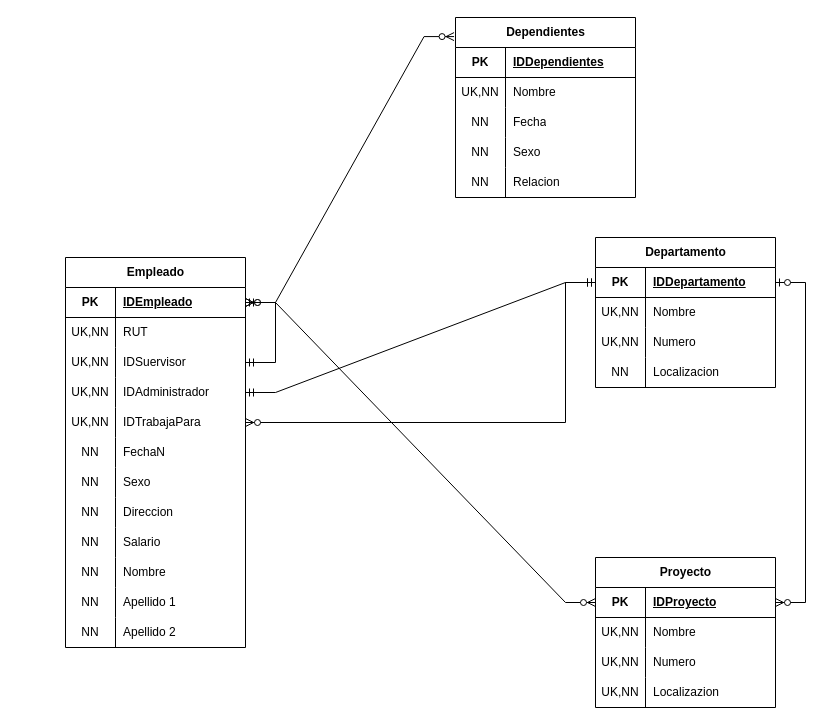
Before: Examen Progreso II.drawio in Mundrack/Base-de-datos, a draw.io diagram. Source tidied: cells renumbered, new cells numbered last; positions are measured from the earlier drawing's top-left corner, leaving out a move shared by most shapes. Both pictures are drawn from the tidied source at 100%, with x=0, y=0 at pixel (65, 17).
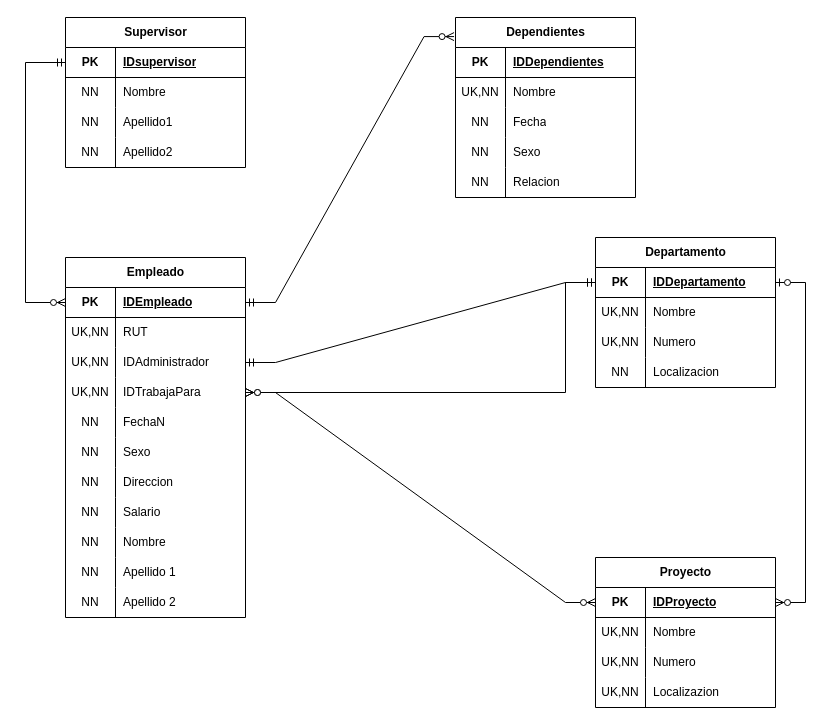
The same diagram, later.

The change refers to these unchanged cells:
```xml
<mxCell id="3" style="shape=tableRow;horizontal=0;startSize=0;swimlaneHead=0;swimlaneBody=0;fillColor=none;points=[[0,0.5],[1,0.5]];portConstraint=eastwest;top=0;left=0;right=0;bottom=1;" parent="2" vertex="1">
  <mxGeometry y="30" width="180" height="30" as="geometry" />
</mxCell>
<mxCell id="41" style="shape=tableRow;horizontal=0;startSize=0;swimlaneHead=0;swimlaneBody=0;fillColor=none;points=[[0,0.5],[1,0.5]];portConstraint=eastwest;top=0;left=0;right=0;bottom=1;" parent="40" vertex="1">
  <mxGeometry y="30" width="180" height="30" as="geometry" />
</mxCell>
<mxCell id="54" style="shape=tableRow;horizontal=0;startSize=0;swimlaneHead=0;swimlaneBody=0;fillColor=none;points=[[0,0.5],[1,0.5]];portConstraint=eastwest;top=0;left=0;right=0;bottom=1;" parent="53" vertex="1">
  <mxGeometry y="30" width="180" height="30" as="geometry" />
</mxCell>
```

The edit, as a diff of the source:
```diff
@@
     <mxCell id="2" value="Empleado" style="shape=table;startSize=30;childLayout=tableLayout;rowLines=0;fontStyle=1;align=center;html=1;" parent="1" vertex="1">
-      <mxGeometry y="240" width="180" height="390" as="geometry" />
+      <mxGeometry y="240" width="180" height="360" as="geometry" />
     </mxCell>
@@
-    <mxCell id="9" style="shape=tableRow;horizontal=0;startSize=0;swimlaneHead=0;swimlaneBody=0;fillColor=none;points=[[0,0.5],[1,0.5]];portConstraint=eastwest;top=0;left=0;right=0;bottom=0;" parent="2" vertex="1">
-      <mxGeometry y="90" width="180" height="30" as="geometry" />
-    </mxCell>
-    <mxCell id="10" value="UK,NN" style="shape=partialRectangle;fillColor=none;top=0;left=0;bottom=0;right=0;overflow=hidden;whiteSpace=wrap;html=1;" parent="9" vertex="1">
-      <mxGeometry width="50" height="30" as="geometry" />
-    </mxCell>
-    <mxCell id="11" value="IDSuervisor" style="shape=partialRectangle;fillColor=none;top=0;left=0;bottom=0;right=0;align=left;spacingLeft=6;overflow=hidden;whiteSpace=wrap;html=1;" parent="9" vertex="1">
-      <mxGeometry x="50" width="130" height="30" as="geometry" />
-    </mxCell>
     <mxCell id="12" style="shape=tableRow;horizontal=0;startSize=0;swimlaneHead=0;swimlaneBody=0;fillColor=none;points=[[0,0.5],[1,0.5]];portConstraint=eastwest;top=0;left=0;right=0;bottom=0;" parent="2" vertex="1">
-      <mxGeometry y="120" width="180" height="30" as="geometry" />
+      <mxGeometry y="90" width="180" height="30" as="geometry" />
     </mxCell>
@@
     <mxCell id="15" style="shape=tableRow;horizontal=0;startSize=0;swimlaneHead=0;swimlaneBody=0;fillColor=none;points=[[0,0.5],[1,0.5]];portConstraint=eastwest;top=0;left=0;right=0;bottom=0;" parent="2" vertex="1">
-      <mxGeometry y="150" width="180" height="30" as="geometry" />
+      <mxGeometry y="120" width="180" height="30" as="geometry" />
     </mxCell>
@@
     <mxCell id="18" style="shape=tableRow;horizontal=0;startSize=0;swimlaneHead=0;swimlaneBody=0;fillColor=none;top=0;left=0;right=0;bottom=0;" parent="2" vertex="1">
-      <mxGeometry y="180" width="180" height="30" as="geometry" />
+      <mxGeometry y="150" width="180" height="30" as="geometry" />
     </mxCell>
@@
     <mxCell id="21" style="shape=tableRow;horizontal=0;startSize=0;swimlaneHead=0;swimlaneBody=0;fillColor=none;top=0;left=0;right=0;bottom=0;" parent="2" vertex="1">
-      <mxGeometry y="210" width="180" height="30" as="geometry" />
+      <mxGeometry y="180" width="180" height="30" as="geometry" />
     </mxCell>
@@
     <mxCell id="24" style="shape=tableRow;horizontal=0;startSize=0;swimlaneHead=0;swimlaneBody=0;fillColor=none;top=0;left=0;right=0;bottom=0;" parent="2" vertex="1">
-      <mxGeometry y="240" width="180" height="30" as="geometry" />
+      <mxGeometry y="210" width="180" height="30" as="geometry" />
     </mxCell>
@@
     <mxCell id="27" style="shape=tableRow;horizontal=0;startSize=0;swimlaneHead=0;swimlaneBody=0;fillColor=none;top=0;left=0;right=0;bottom=0;" parent="2" vertex="1">
-      <mxGeometry y="270" width="180" height="30" as="geometry" />
+      <mxGeometry y="240" width="180" height="30" as="geometry" />
     </mxCell>
@@
     <mxCell id="30" style="shape=tableRow;horizontal=0;startSize=0;swimlaneHead=0;swimlaneBody=0;fillColor=none;top=0;left=0;right=0;bottom=0;" parent="2" vertex="1">
-      <mxGeometry y="300" width="180" height="30" as="geometry" />
+      <mxGeometry y="270" width="180" height="30" as="geometry" />
     </mxCell>
@@
     <mxCell id="33" style="shape=tableRow;horizontal=0;startSize=0;swimlaneHead=0;swimlaneBody=0;fillColor=none;top=0;left=0;right=0;bottom=0;" parent="2" vertex="1">
-      <mxGeometry y="330" width="180" height="30" as="geometry" />
+      <mxGeometry y="300" width="180" height="30" as="geometry" />
     </mxCell>
@@
     <mxCell id="36" style="shape=tableRow;horizontal=0;startSize=0;swimlaneHead=0;swimlaneBody=0;fillColor=none;top=0;left=0;right=0;bottom=0;" parent="2" vertex="1">
-      <mxGeometry y="360" width="180" height="30" as="geometry" />
+      <mxGeometry y="330" width="180" height="30" as="geometry" />
     </mxCell>
@@
-    <mxCell id="39" style="edgeStyle=entityRelationEdgeStyle;fontSize=12;html=1;endArrow=ERzeroToMany;startArrow=ERmandOne;rounded=0;exitX=1;exitY=0.5;exitDx=0;exitDy=0;entryX=1;entryY=0.5;entryDx=0;entryDy=0;" parent="2" edge="1" source="9" target="3">
-      <mxGeometry relative="1" as="geometry" />
-    </mxCell>
@@
-    <mxCell id="82" style="edgeStyle=entityRelationEdgeStyle;fontSize=12;html=1;endArrow=ERzeroToMany;endFill=1;startArrow=ERzeroToMany;rounded=0;exitX=1;exitY=0.5;exitDx=0;exitDy=0;entryX=0;entryY=0.5;entryDx=0;entryDy=0;" parent="1" edge="1" source="3" target="54">
+    <mxCell id="82" style="edgeStyle=entityRelationEdgeStyle;fontSize=12;html=1;endArrow=ERzeroToMany;endFill=1;startArrow=ERzeroToMany;rounded=0;entryX=0;entryY=0.5;entryDx=0;entryDy=0;exitX=1;exitY=0.5;exitDx=0;exitDy=0;" parent="1" edge="1" source="15" target="54">
       <mxGeometry relative="1" as="geometry" />
     </mxCell>
@@
-    <mxCell id="85" style="edgeStyle=orthogonalEdgeStyle;fontSize=12;html=1;endArrow=ERzeroToMany;startArrow=ERmandOne;rounded=0;exitX=0;exitY=0.5;exitDx=0;exitDy=0;entryX=1;entryY=0.5;entryDx=0;entryDy=0;" parent="1" edge="1" source="41" target="15">
+    <mxCell id="85" style="edgeStyle=orthogonalEdgeStyle;fontSize=12;html=1;endArrow=ERzeroToMany;startArrow=ERmandOne;rounded=0;entryX=1;entryY=0.5;entryDx=0;entryDy=0;exitX=0;exitY=0.5;exitDx=0;exitDy=0;" parent="1" edge="1" source="41" target="15">
       <mxGeometry relative="1" as="geometry">
         <Array as="points">
           <mxPoint x="500" y="265" />
-          <mxPoint x="500" y="405" />
+          <mxPoint x="500" y="375" />
         </Array>
       </mxGeometry>
     </mxCell>
@@
+    <mxCell id="87" value="Supervisor" style="shape=table;startSize=30;childLayout=tableLayout;rowLines=0;fontStyle=1;align=center;html=1;" parent="1" vertex="1">
+      <mxGeometry width="180" height="150" as="geometry" />
+    </mxCell>
+    <mxCell id="88" style="shape=tableRow;horizontal=0;startSize=0;swimlaneHead=0;swimlaneBody=0;fillColor=none;points=[[0,0.5],[1,0.5]];portConstraint=eastwest;top=0;left=0;right=0;bottom=1;" parent="87" vertex="1">
+      <mxGeometry y="30" width="180" height="30" as="geometry" />
+    </mxCell>
+    <mxCell id="89" value="PK" style="shape=partialRectangle;fillColor=none;top=0;left=0;bottom=0;right=0;fontStyle=1;overflow=hidden;whiteSpace=wrap;html=1;" parent="88" vertex="1">
+      <mxGeometry width="50" height="30" as="geometry" />
+    </mxCell>
+    <mxCell id="90" value="IDsupervisor" style="shape=partialRectangle;fillColor=none;top=0;left=0;bottom=0;right=0;align=left;spacingLeft=6;fontStyle=5;overflow=hidden;whiteSpace=wrap;html=1;" parent="88" vertex="1">
+      <mxGeometry x="50" width="130" height="30" as="geometry" />
+    </mxCell>
+    <mxCell id="91" style="shape=tableRow;horizontal=0;startSize=0;swimlaneHead=0;swimlaneBody=0;fillColor=none;top=0;left=0;right=0;bottom=0;" parent="87" vertex="1">
+      <mxGeometry y="60" width="180" height="30" as="geometry" />
+    </mxCell>
+    <mxCell id="92" value="NN" style="shape=partialRectangle;fillColor=none;top=0;left=0;bottom=0;right=0;overflow=hidden;whiteSpace=wrap;html=1;" parent="91" vertex="1">
+      <mxGeometry width="50" height="30" as="geometry" />
+    </mxCell>
+    <mxCell id="93" value="Nombre" style="shape=partialRectangle;fillColor=none;top=0;left=0;bottom=0;right=0;align=left;spacingLeft=6;overflow=hidden;whiteSpace=wrap;html=1;" parent="91" vertex="1">
+      <mxGeometry x="50" width="130" height="30" as="geometry" />
+    </mxCell>
+    <mxCell id="9" style="shape=tableRow;horizontal=0;startSize=0;swimlaneHead=0;swimlaneBody=0;fillColor=none;points=[[0,0.5],[1,0.5]];portConstraint=eastwest;top=0;left=0;right=0;bottom=0;" parent="87" vertex="1">
+      <mxGeometry y="90" width="180" height="30" as="geometry" />
+    </mxCell>
+    <mxCell id="94" value="NN" style="shape=partialRectangle;fillColor=none;top=0;left=0;bottom=0;right=0;overflow=hidden;whiteSpace=wrap;html=1;" parent="9" vertex="1">
+      <mxGeometry width="50" height="30" as="geometry" />
+    </mxCell>
+    <mxCell id="95" value="Apellido1" style="shape=partialRectangle;fillColor=none;top=0;left=0;bottom=0;right=0;align=left;spacingLeft=6;overflow=hidden;whiteSpace=wrap;html=1;" parent="9" vertex="1">
+      <mxGeometry x="50" width="130" height="30" as="geometry" />
+    </mxCell>
+    <mxCell id="96" style="shape=tableRow;horizontal=0;startSize=0;swimlaneHead=0;swimlaneBody=0;fillColor=none;top=0;left=0;right=0;bottom=0;" parent="87" vertex="1">
+      <mxGeometry y="120" width="180" height="30" as="geometry" />
+    </mxCell>
+    <mxCell id="97" value="NN" style="shape=partialRectangle;fillColor=none;top=0;left=0;bottom=0;right=0;overflow=hidden;whiteSpace=wrap;html=1;" parent="96" vertex="1">
+      <mxGeometry width="50" height="30" as="geometry" />
+    </mxCell>
+    <mxCell id="98" value="Apellido2" style="shape=partialRectangle;fillColor=none;top=0;left=0;bottom=0;right=0;align=left;spacingLeft=6;overflow=hidden;whiteSpace=wrap;html=1;" parent="96" vertex="1">
+      <mxGeometry x="50" width="130" height="30" as="geometry" />
+    </mxCell>
+    <mxCell id="99" style="edgeStyle=elbowEdgeStyle;fontSize=12;html=1;endArrow=ERzeroToMany;startArrow=ERmandOne;rounded=0;exitX=0;exitY=0.5;exitDx=0;exitDy=0;entryX=0;entryY=0.5;entryDx=0;entryDy=0;" parent="1" edge="1" source="88" target="3">
+      <mxGeometry relative="1" as="geometry">
+        <Array as="points">
+          <mxPoint x="-40" y="150" />
+        </Array>
+      </mxGeometry>
+    </mxCell>
```
